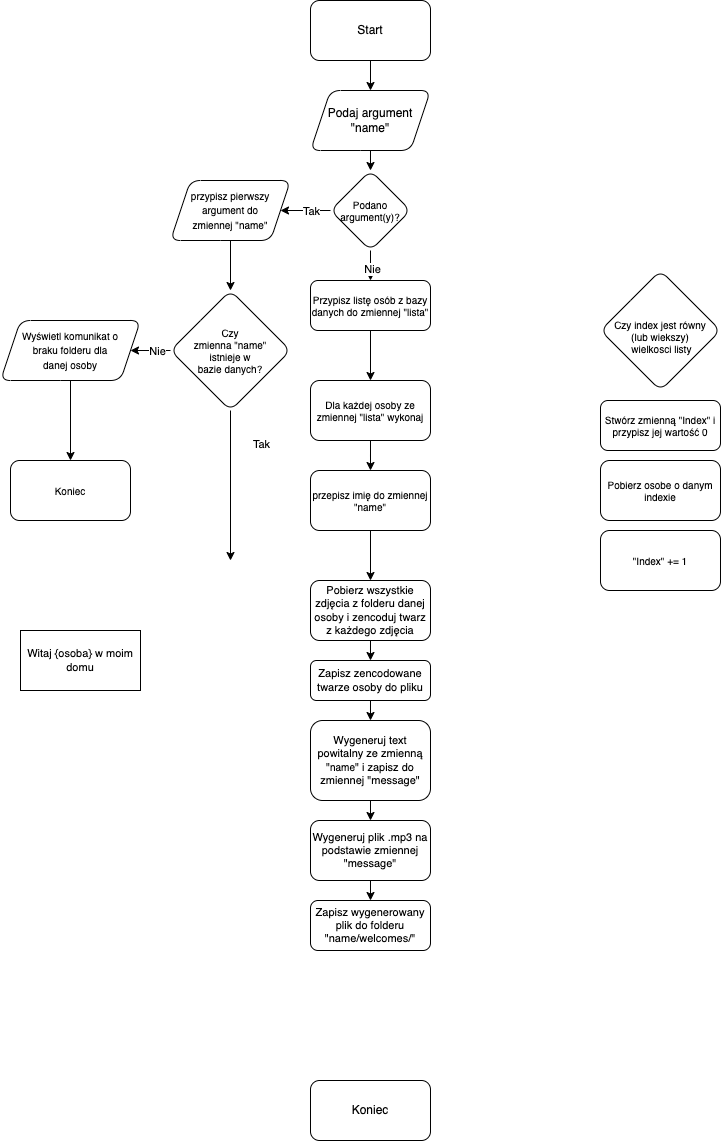
Cooookiez/UWr-Praca-inzynierska-pisana keeps this draw.io diagram as imgs/generujacy.drawio.png. Above is the earlier version. Source tidied: cells renumbered, new cells last; positions are measured from the earlier drawing's top-left corner, leaving out a move shared by most shapes.
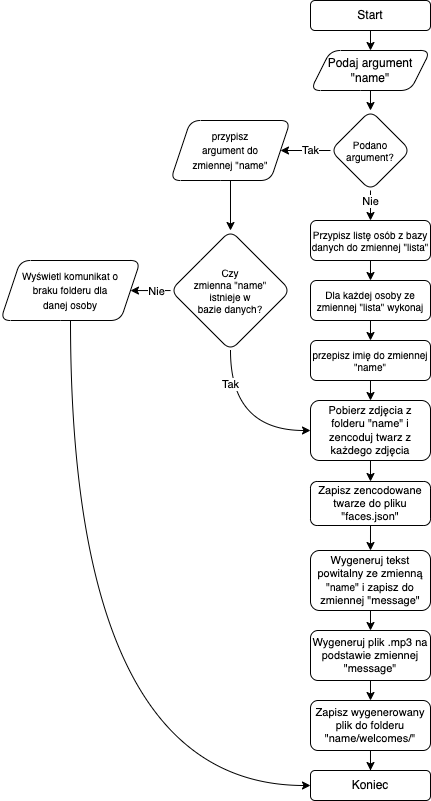
After the change.

Commit message:
Poprawka etapow + wszystkie cytaty

What changed in the source:
```diff
@@ -15,17 +15,17 @@
     </mxCell>
     <mxCell id="5" value="Nie" style="edgeLabel;html=1;align=center;verticalAlign=middle;fontSize=11;fontFamily=Helvetica;fontColor=default;" parent="4" vertex="1">
       <mxGeometry x="-0.35" y="1" relative="1" as="geometry">
-        <mxPoint y="1" as="offset" />
+        <mxPoint x="-1" y="-6" as="offset" />
       </mxGeometry>
     </mxCell>
-    <mxCell id="6" value="Podano argument(y)?&lt;br&gt;" style="rhombus;whiteSpace=wrap;html=1;rounded=1;fontSize=10;" parent="1" vertex="1">
-      <mxGeometry x="330" y="170" width="80" height="80" as="geometry" />
+    <mxCell id="6" value="Podano argument?" style="rhombus;whiteSpace=wrap;html=1;rounded=1;fontSize=10;" parent="1" vertex="1">
+      <mxGeometry x="330" y="220" width="80" height="80" as="geometry" />
     </mxCell>
     <mxCell id="7" style="edgeStyle=orthogonalEdgeStyle;shape=connector;curved=1;rounded=1;jettySize=auto;html=1;labelBackgroundColor=default;fontFamily=Helvetica;fontSize=11;fontColor=default;endArrow=classic;strokeColor=default;" parent="1" edge="1" source="8" target="39">
       <mxGeometry relative="1" as="geometry" />
     </mxCell>
     <mxCell id="8" value="Przypisz listę osób z bazy danych do zmiennej &quot;lista&quot;" style="whiteSpace=wrap;html=1;fontSize=10;rounded=1;" parent="1" vertex="1">
-      <mxGeometry x="310" y="280" width="120" height="50" as="geometry" />
+      <mxGeometry x="310" y="330" width="120" height="40" as="geometry" />
     </mxCell>
     <mxCell id="9" style="edgeStyle=orthogonalEdgeStyle;shape=connector;curved=1;rounded=1;jettySize=auto;html=1;labelBackgroundColor=default;fontFamily=Helvetica;fontSize=11;fontColor=default;endArrow=classic;strokeColor=default;exitX=0.5;exitY=1;exitDx=0;exitDy=0;" parent="1" edge="1" source="27" target="14">
       <mxGeometry relative="1" as="geometry" />
@@ -38,99 +38,86 @@
         <mxPoint y="-4" as="offset" />
       </mxGeometry>
     </mxCell>
-    <mxCell id="12" style="edgeStyle=orthogonalEdgeStyle;shape=connector;curved=1;rounded=1;jettySize=auto;html=1;exitX=0.5;exitY=1;exitDx=0;exitDy=0;labelBackgroundColor=default;fontFamily=Helvetica;fontSize=11;fontColor=default;endArrow=classic;strokeColor=default;" parent="1" edge="1" source="14">
-      <mxGeometry relative="1" as="geometry">
-        <mxPoint x="230" y="560" as="targetPoint" />
-      </mxGeometry>
+    <mxCell id="12" style="edgeStyle=orthogonalEdgeStyle;shape=connector;curved=1;rounded=1;jettySize=auto;html=1;exitX=0.5;exitY=1;exitDx=0;exitDy=0;labelBackgroundColor=default;fontFamily=Helvetica;fontSize=11;fontColor=default;endArrow=classic;strokeColor=default;entryX=0;entryY=0.5;entryDx=0;entryDy=0;" parent="1" edge="1" source="14" target="22">
+      <mxGeometry relative="1" as="geometry" />
     </mxCell>
     <mxCell id="13" value="Tak" style="edgeLabel;html=1;align=center;verticalAlign=middle;fontSize=11;fontFamily=Helvetica;fontColor=default;" parent="12" vertex="1">
       <mxGeometry x="-0.54" y="6" relative="1" as="geometry">
-        <mxPoint x="24" y="-2" as="offset" />
+        <mxPoint x="-6" y="-4" as="offset" />
       </mxGeometry>
     </mxCell>
     <mxCell id="14" value="Czy&lt;br&gt;zmienna &quot;name&quot;&lt;br&gt;istnieje w&lt;br&gt;bazie danych?" style="rhombus;whiteSpace=wrap;html=1;fontSize=10;rounded=1;" parent="1" vertex="1">
-      <mxGeometry x="170" y="290" width="120" height="120" as="geometry" />
+      <mxGeometry x="170" y="340" width="120" height="120" as="geometry" />
     </mxCell>
-    <mxCell id="15" value="Koniec" style="whiteSpace=wrap;html=1;fontSize=10;rounded=1;" parent="1" vertex="1">
-      <mxGeometry x="10" y="460" width="120" height="60" as="geometry" />
-    </mxCell>
-    <mxCell id="16" value="&lt;br&gt;Czy index jest równy&lt;br&gt;(lub wiekszy)&lt;br&gt;&amp;nbsp;wielkosci listy" style="rhombus;whiteSpace=wrap;html=1;fontSize=10;rounded=1;" parent="1" vertex="1">
-      <mxGeometry x="600" y="270" width="120" height="120" as="geometry" />
-    </mxCell>
-    <mxCell id="17" style="edgeStyle=orthogonalEdgeStyle;shape=connector;curved=1;rounded=1;jettySize=auto;html=1;entryX=0.5;entryY=0;entryDx=0;entryDy=0;labelBackgroundColor=default;fontFamily=Helvetica;fontSize=11;fontColor=default;endArrow=classic;strokeColor=default;" parent="1" edge="1" source="18" target="15">
-      <mxGeometry relative="1" as="geometry" />
+    <mxCell id="17" style="edgeStyle=orthogonalEdgeStyle;shape=connector;curved=1;rounded=1;jettySize=auto;html=1;entryX=0;entryY=0.5;entryDx=0;entryDy=0;labelBackgroundColor=default;fontFamily=Helvetica;fontSize=11;fontColor=default;endArrow=classic;strokeColor=default;exitX=0.5;exitY=1;exitDx=0;exitDy=0;" parent="1" edge="1" source="18" target="26">
+      <mxGeometry relative="1" as="geometry">
+        <Array as="points">
+          <mxPoint x="70" y="895" />
+        </Array>
+      </mxGeometry>
     </mxCell>
     <mxCell id="18" value="&lt;span style=&quot;font-size: 10px;&quot;&gt;Wyświetl komunikat o&lt;br&gt;braku folderu dla&lt;br&gt;danej osoby&lt;/span&gt;" style="shape=parallelogram;perimeter=parallelogramPerimeter;whiteSpace=wrap;html=1;fixedSize=1;rounded=1;" parent="1" vertex="1">
-      <mxGeometry y="320" width="140" height="60" as="geometry" />
+      <mxGeometry y="370" width="140" height="60" as="geometry" />
     </mxCell>
-    <mxCell id="19" value="Pobierz osobe o danym indexie" style="whiteSpace=wrap;html=1;fontSize=10;rounded=1;" parent="1" vertex="1">
-      <mxGeometry x="600" y="460" width="120" height="60" as="geometry" />
-    </mxCell>
-    <mxCell id="20" value="&quot;Index&quot; += 1" style="whiteSpace=wrap;html=1;fontSize=10;rounded=1;" parent="1" vertex="1">
-      <mxGeometry x="600" y="530" width="120" height="60" as="geometry" />
-    </mxCell>
     <mxCell id="21" style="edgeStyle=orthogonalEdgeStyle;shape=connector;curved=1;rounded=1;jettySize=auto;html=1;labelBackgroundColor=default;fontFamily=Helvetica;fontSize=11;fontColor=default;endArrow=classic;strokeColor=default;" parent="1" edge="1" source="22" target="24">
       <mxGeometry relative="1" as="geometry" />
     </mxCell>
-    <mxCell id="22" value="Pobierz wszystkie zdjęcia z folderu danej osoby i zencoduj twarz z każdego zdjęcia" style="whiteSpace=wrap;html=1;fontSize=11;rounded=1;" parent="1" vertex="1">
-      <mxGeometry x="310" y="580" width="120" height="60" as="geometry" />
+    <mxCell id="22" value="Pobierz zdjęcia z folderu &quot;name&quot; i zencoduj twarz z każdego zdjęcia" style="whiteSpace=wrap;html=1;fontSize=11;rounded=1;" parent="1" vertex="1">
+      <mxGeometry x="310" y="510" width="120" height="60" as="geometry" />
     </mxCell>
     <mxCell id="23" style="edgeStyle=orthogonalEdgeStyle;shape=connector;curved=1;rounded=1;jettySize=auto;html=1;labelBackgroundColor=default;fontFamily=Helvetica;fontSize=11;fontColor=default;endArrow=classic;strokeColor=default;" parent="1" edge="1" source="24" target="30">
       <mxGeometry relative="1" as="geometry" />
     </mxCell>
-    <mxCell id="24" value="Zapisz zencodowane twarze osoby do pliku" style="whiteSpace=wrap;html=1;fontSize=11;rounded=1;" parent="1" vertex="1">
-      <mxGeometry x="310" y="660" width="120" height="40" as="geometry" />
+    <mxCell id="24" value="Zapisz zencodowane twarze do pliku &quot;faces.json&quot;" style="whiteSpace=wrap;html=1;fontSize=11;rounded=1;" parent="1" vertex="1">
+      <mxGeometry x="310" y="591" width="120" height="44" as="geometry" />
     </mxCell>
+    <mxCell id="42" style="edgeStyle=orthogonalEdgeStyle;rounded=0;jettySize=auto;html=1;" parent="1" edge="1" source="25" target="26">
+      <mxGeometry relative="1" as="geometry" />
+    </mxCell>
     <mxCell id="25" value="Zapisz wygenerowany plik do folderu &quot;name/welcomes/&quot;" style="whiteSpace=wrap;html=1;fontSize=11;rounded=1;" parent="1" vertex="1">
-      <mxGeometry x="310" y="900" width="120" height="50" as="geometry" />
+      <mxGeometry x="310" y="810" width="120" height="50" as="geometry" />
     </mxCell>
     <mxCell id="26" value="Koniec" style="whiteSpace=wrap;html=1;rounded=1;" parent="1" vertex="1">
-      <mxGeometry x="310" y="1080" width="120" height="60" as="geometry" />
+      <mxGeometry x="310" y="880" width="120" height="30" as="geometry" />
     </mxCell>
-    <mxCell id="27" value="&lt;span style=&quot;font-size: 10px;&quot;&gt;przypisz pierwszy argument do&lt;br&gt;zmiennej &quot;name&quot;&lt;/span&gt;" style="shape=parallelogram;perimeter=parallelogramPerimeter;whiteSpace=wrap;html=1;fixedSize=1;rounded=1;" parent="1" vertex="1">
-      <mxGeometry x="170" y="180" width="120" height="60" as="geometry" />
+    <mxCell id="27" value="&lt;span style=&quot;font-size: 10px;&quot;&gt;przypisz&lt;br&gt;argument do&lt;br&gt;zmiennej &quot;name&quot;&lt;/span&gt;" style="shape=parallelogram;perimeter=parallelogramPerimeter;whiteSpace=wrap;html=1;fixedSize=1;rounded=1;" parent="1" vertex="1">
+      <mxGeometry x="170" y="230" width="120" height="60" as="geometry" />
     </mxCell>
-    <mxCell id="28" value="Witaj {osoba} w moim domu" style="whiteSpace=wrap;html=1;fontFamily=Helvetica;fontSize=11;fontColor=default;" parent="1" vertex="1">
-      <mxGeometry x="20" y="630" width="120" height="60" as="geometry" />
-    </mxCell>
     <mxCell id="29" style="edgeStyle=orthogonalEdgeStyle;shape=connector;curved=1;rounded=1;jettySize=auto;html=1;exitX=0.5;exitY=1;exitDx=0;exitDy=0;entryX=0.5;entryY=0;entryDx=0;entryDy=0;labelBackgroundColor=default;fontFamily=Helvetica;fontSize=11;fontColor=default;endArrow=classic;strokeColor=default;" parent="1" edge="1" source="30" target="32">
       <mxGeometry relative="1" as="geometry" />
     </mxCell>
-    <mxCell id="30" value="Wygeneruj text powitalny ze zmienną &quot;&lt;span style=&quot;font-size: 10px;&quot;&gt;name&lt;/span&gt;&quot; i zapisz do zmiennej &quot;message&quot;" style="whiteSpace=wrap;html=1;fontSize=11;rounded=1;" parent="1" vertex="1">
-      <mxGeometry x="310" y="720" width="120" height="80" as="geometry" />
+    <mxCell id="30" value="Wygeneruj tekst powitalny ze zmienną &quot;&lt;span style=&quot;font-size: 10px;&quot;&gt;name&lt;/span&gt;&quot; i zapisz do zmiennej &quot;message&quot;" style="whiteSpace=wrap;html=1;fontSize=11;rounded=1;" parent="1" vertex="1">
+      <mxGeometry x="310" y="660" width="120" height="60" as="geometry" />
     </mxCell>
     <mxCell id="31" style="edgeStyle=orthogonalEdgeStyle;shape=connector;curved=1;rounded=1;jettySize=auto;html=1;exitX=0.5;exitY=1;exitDx=0;exitDy=0;entryX=0.5;entryY=0;entryDx=0;entryDy=0;labelBackgroundColor=default;fontFamily=Helvetica;fontSize=11;fontColor=default;endArrow=classic;strokeColor=default;" parent="1" edge="1" source="32" target="25">
       <mxGeometry relative="1" as="geometry" />
     </mxCell>
     <mxCell id="32" value="Wygeneruj plik .mp3 na podstawie zmiennej &quot;message&quot;" style="whiteSpace=wrap;html=1;fontSize=11;rounded=1;" parent="1" vertex="1">
-      <mxGeometry x="310" y="820" width="120" height="60" as="geometry" />
+      <mxGeometry x="310" y="740" width="120" height="50" as="geometry" />
     </mxCell>
-    <mxCell id="33" value="&lt;span style=&quot;&quot;&gt;Stwórz zmienną &quot;Index&quot; i przypisz jej wartość 0&lt;/span&gt;" style="whiteSpace=wrap;html=1;fontSize=10;rounded=1;" parent="1" vertex="1">
-      <mxGeometry x="600" y="400" width="120" height="50" as="geometry" />
-    </mxCell>
     <mxCell id="34" style="edgeStyle=orthogonalEdgeStyle;shape=connector;curved=1;rounded=1;jettySize=auto;html=1;exitX=0.5;exitY=1;exitDx=0;exitDy=0;entryX=0.5;entryY=0;entryDx=0;entryDy=0;labelBackgroundColor=default;fontFamily=Helvetica;fontSize=11;fontColor=default;endArrow=classic;strokeColor=default;" parent="1" edge="1" source="35" target="37">
       <mxGeometry relative="1" as="geometry" />
     </mxCell>
     <mxCell id="35" value="Start" style="rounded=1;whiteSpace=wrap;html=1;" parent="1" vertex="1">
-      <mxGeometry x="310" width="120" height="60" as="geometry" />
+      <mxGeometry x="310" y="110" width="120" height="30" as="geometry" />
     </mxCell>
     <mxCell id="36" style="edgeStyle=orthogonalEdgeStyle;shape=connector;curved=1;rounded=1;jettySize=auto;html=1;exitX=0.5;exitY=1;exitDx=0;exitDy=0;labelBackgroundColor=default;fontFamily=Helvetica;fontSize=11;fontColor=default;endArrow=classic;strokeColor=default;" parent="1" edge="1" source="37" target="6">
       <mxGeometry relative="1" as="geometry" />
     </mxCell>
     <mxCell id="37" value="Podaj argument &quot;name&quot;" style="shape=parallelogram;perimeter=parallelogramPerimeter;whiteSpace=wrap;html=1;fixedSize=1;rounded=1;" parent="1" vertex="1">
-      <mxGeometry x="310" y="90" width="120" height="60" as="geometry" />
+      <mxGeometry x="310" y="160" width="120" height="40" as="geometry" />
     </mxCell>
     <mxCell id="38" style="edgeStyle=orthogonalEdgeStyle;shape=connector;curved=1;rounded=1;jettySize=auto;html=1;labelBackgroundColor=default;fontFamily=Helvetica;fontSize=11;fontColor=default;endArrow=classic;strokeColor=default;" parent="1" edge="1" source="39" target="41">
       <mxGeometry relative="1" as="geometry" />
     </mxCell>
     <mxCell id="39" value="Dla każdej osoby ze zmiennej &quot;lista&quot; wykonaj" style="whiteSpace=wrap;html=1;fontSize=10;rounded=1;" parent="1" vertex="1">
-      <mxGeometry x="310" y="380" width="120" height="60" as="geometry" />
+      <mxGeometry x="310" y="390" width="120" height="40" as="geometry" />
     </mxCell>
     <mxCell id="40" style="edgeStyle=orthogonalEdgeStyle;shape=connector;curved=1;rounded=1;jettySize=auto;html=1;labelBackgroundColor=default;fontFamily=Helvetica;fontSize=11;fontColor=default;endArrow=classic;strokeColor=default;" parent="1" edge="1" source="41" target="22">
       <mxGeometry relative="1" as="geometry" />
     </mxCell>
     <mxCell id="41" value="przepisz imię do zmiennej &quot;name&quot;" style="whiteSpace=wrap;html=1;fontSize=10;rounded=1;" parent="1" vertex="1">
-      <mxGeometry x="310" y="470" width="120" height="60" as="geometry" />
+      <mxGeometry x="310" y="450" width="120" height="40" as="geometry" />
     </mxCell>
   </root>
 </mxGraphModel>
```
